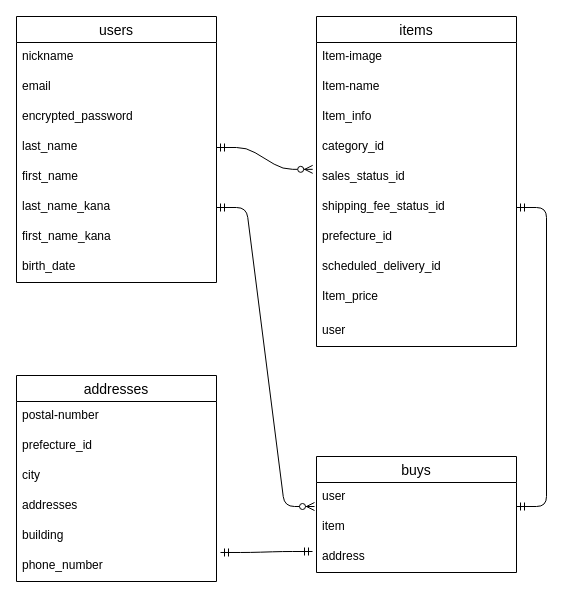
The draw.io diagram test.dio in hhhaaruu/furima-38630, before the edit. Source tidied: cells renumbered, new cells numbered last; positions are measured from the earlier drawing's top-left corner, leaving out a move shared by most shapes. Both pictures are drawn from the tidied source at 100%, with x=0, y=0 at pixel (16, 16).
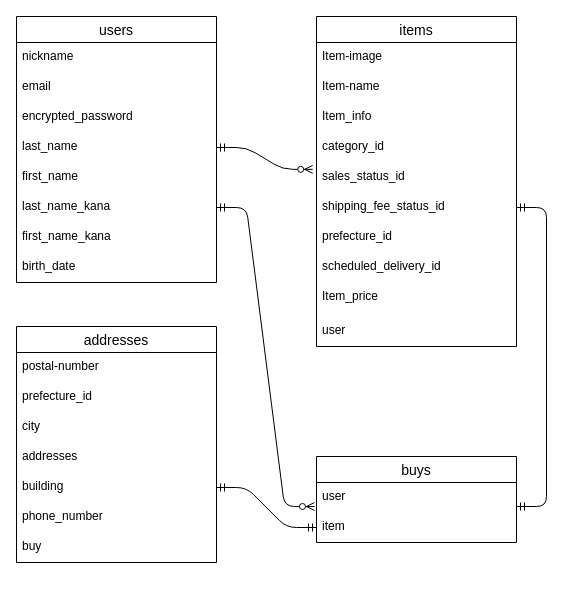
The same page after the edit.

The change refers to these unchanged cells:
```xml
<mxCell id="28" value="building" style="text;strokeColor=none;fillColor=none;spacingLeft=4;spacingRight=4;overflow=hidden;points=[[0,0.5],[1,0.5]];portConstraint=eastwest;fontSize=12;" parent="23" vertex="1">
  <mxGeometry y="146" width="200" height="30" as="geometry" />
</mxCell>
<mxCell id="29" value="phone_number" style="text;strokeColor=none;fillColor=none;spacingLeft=4;spacingRight=4;overflow=hidden;points=[[0,0.5],[1,0.5]];portConstraint=eastwest;fontSize=12;" parent="23" vertex="1">
  <mxGeometry y="176" width="200" height="30" as="geometry" />
</mxCell>
<mxCell id="32" value="item" style="text;strokeColor=none;fillColor=none;spacingLeft=4;spacingRight=4;overflow=hidden;points=[[0,0.5],[1,0.5]];portConstraint=eastwest;fontSize=12;" parent="30" vertex="1">
  <mxGeometry y="56" width="200" height="30" as="geometry" />
</mxCell>
```

What changed in the source:
```diff
@@
     <mxCell id="23" value="addresses" style="swimlane;fontStyle=0;horizontal=1;startSize=26;align=center;fontSize=14;" parent="1" vertex="1">
-      <mxGeometry y="359" width="200" height="206" as="geometry" />
+      <mxGeometry y="310" width="200" height="236" as="geometry" />
     </mxCell>
@@
+    <mxCell id="37" value="buy" style="text;strokeColor=none;fillColor=none;spacingLeft=4;spacingRight=4;overflow=hidden;fontSize=12;" parent="23" vertex="1">
+      <mxGeometry y="206" width="200" height="30" as="geometry" />
+    </mxCell>
     <mxCell id="30" value="buys" style="swimlane;fontStyle=0;horizontal=1;startSize=26;align=center;fontSize=14;" parent="1" vertex="1">
-      <mxGeometry x="300" y="440" width="200" height="116" as="geometry" />
+      <mxGeometry x="300" y="440" width="200" height="86" as="geometry" />
     </mxCell>
@@
-    <mxCell id="33" value="address" style="text;strokeColor=none;fillColor=none;spacingLeft=4;spacingRight=4;overflow=hidden;points=[[0,0.5],[1,0.5]];portConstraint=eastwest;fontSize=12;" parent="30" vertex="1">
-      <mxGeometry y="86" width="200" height="30" as="geometry" />
-    </mxCell>
@@
-    <mxCell id="36" style="edgeStyle=entityRelationEdgeStyle;fontSize=12;html=1;endArrow=ERmandOne;startArrow=ERmandOne;entryX=-0.02;entryY=0.3;entryDx=0;entryDy=0;entryPerimeter=0;exitX=1.02;exitY=0.033;exitDx=0;exitDy=0;exitPerimeter=0;" parent="1" edge="1" source="29" target="33">
+    <mxCell id="36" style="edgeStyle=entityRelationEdgeStyle;fontSize=12;html=1;endArrow=ERmandOne;startArrow=ERmandOne;entryX=0;entryY=0.5;entryDx=0;entryDy=0;" parent="1" edge="1" source="28" target="32">
       <mxGeometry relative="1" as="geometry" />
     </mxCell>
```
